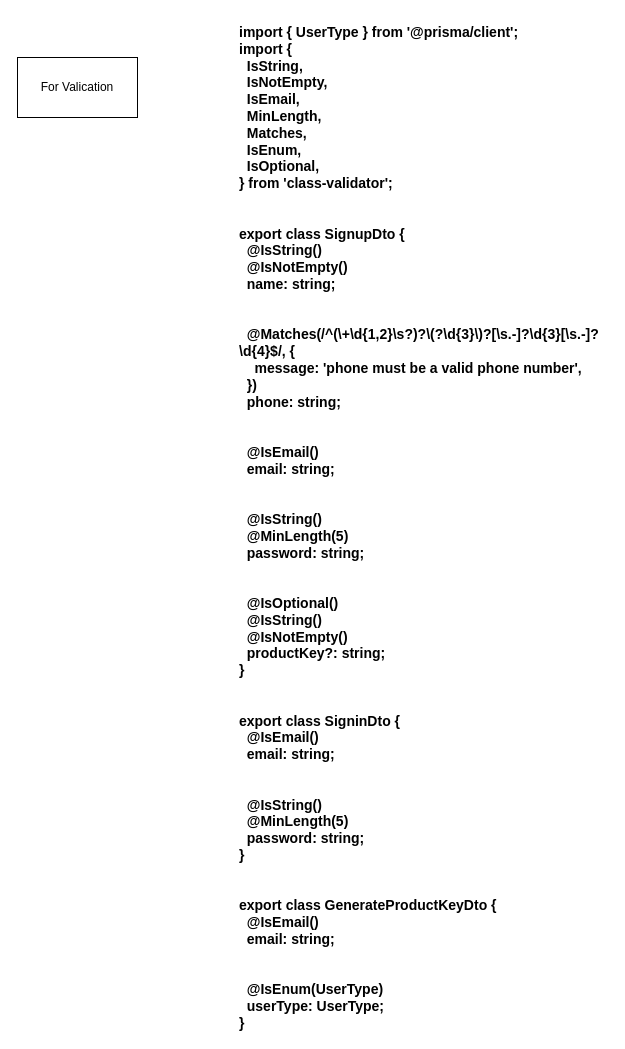
goldmine/base keeps this draw.io diagram as page "dto" (4 of 5) of nestjs.drawio. Above is the earlier version. Source tidied: cells renumbered, new cells numbered last; positions are measured from the earlier drawing's top-left corner, leaving out a move shared by most shapes. Both pictures are drawn from the tidied source at 100%, with x=0, y=0 at pixel (17, 17).
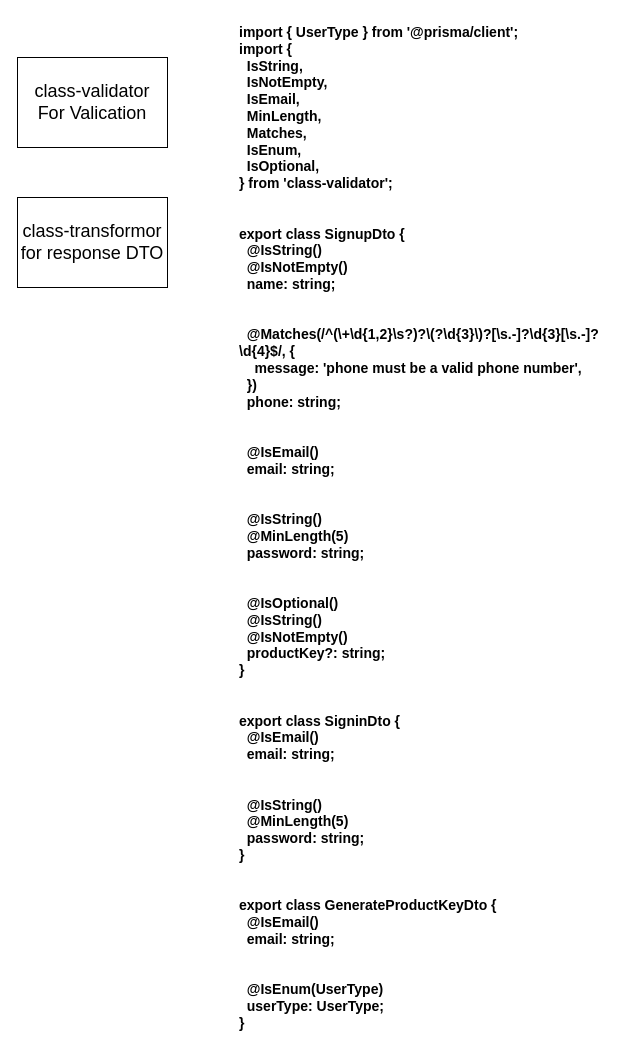
Above is the later version.

What changed in the source:
```diff
@@
 <mxGraphModel>
   <root>
     <mxCell id="0" />
     <mxCell id="1" parent="0" />
     <mxCell id="2" value="import { UserType } from '@prisma/client';&#10;import {&#10;  IsString,&#10;  IsNotEmpty,&#10;  IsEmail,&#10;  MinLength,&#10;  Matches,&#10;  IsEnum,&#10;  IsOptional,&#10;} from 'class-validator';&#10;&#10;&#10;export class SignupDto {&#10;  @IsString()&#10;  @IsNotEmpty()&#10;  name: string;&#10;&#10;&#10;  @Matches(/^(\+\d{1,2}\s?)?\(?\d{3}\)?[\s.-]?\d{3}[\s.-]?\d{4}$/, {&#10;    message: 'phone must be a valid phone number',&#10;  })&#10;  phone: string;&#10;&#10;&#10;  @IsEmail()&#10;  email: string;&#10;&#10;&#10;  @IsString()&#10;  @MinLength(5)&#10;  password: string;&#10;&#10;&#10;  @IsOptional()&#10;  @IsString()&#10;  @IsNotEmpty()&#10;  productKey?: string;&#10;}&#10;&#10;&#10;export class SigninDto {&#10;  @IsEmail()&#10;  email: string;&#10;&#10;&#10;  @IsString()&#10;  @MinLength(5)&#10;  password: string;&#10;}&#10;&#10;&#10;export class GenerateProductKeyDto {&#10;  @IsEmail()&#10;  email: string;&#10;&#10;&#10;  @IsEnum(UserType)&#10;  userType: UserType;&#10;}" style="text;whiteSpace=wrap;fontSize=14;fontStyle=1;" parent="1" vertex="1">
       <mxGeometry x="220" width="370" height="870" as="geometry" />
     </mxCell>
-    <mxCell id="3" value="For Valication" style="rounded=0;whiteSpace=wrap;html=1;" parent="1" vertex="1">
-      <mxGeometry y="40" width="120" height="60" as="geometry" />
+    <mxCell id="3" value="&lt;font style=&quot;font-size: 18px;&quot;&gt;class-validator&lt;br&gt;For Valication&lt;/font&gt;" style="rounded=0;whiteSpace=wrap;html=1;" parent="1" vertex="1">
+      <mxGeometry y="40" width="150" height="90" as="geometry" />
     </mxCell>
+    <mxCell id="4" value="&lt;font style=&quot;font-size: 18px;&quot;&gt;class-transformor&lt;br&gt;for response DTO&lt;br&gt;&lt;/font&gt;" style="rounded=0;whiteSpace=wrap;html=1;" parent="1" vertex="1">
+      <mxGeometry y="180" width="150" height="90" as="geometry" />
+    </mxCell>
   </root>
 </mxGraphModel>
```
